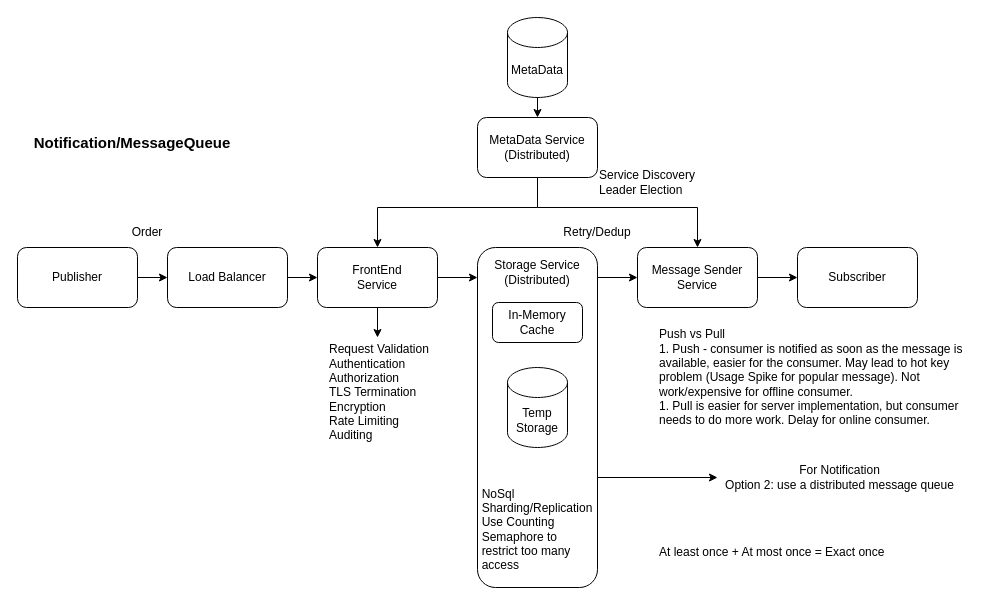
This is 1_Notification_MessageQ.drawio from xwq172677170/SysdDiagram, a draw.io file, before an edit. Source tidied: cells renumbered, new cells numbered last; positions are measured from the earlier drawing's top-left corner, leaving out a move shared by most shapes. Both pictures are drawn from the tidied source at 100%, with x=0, y=0 at pixel (17, 17).
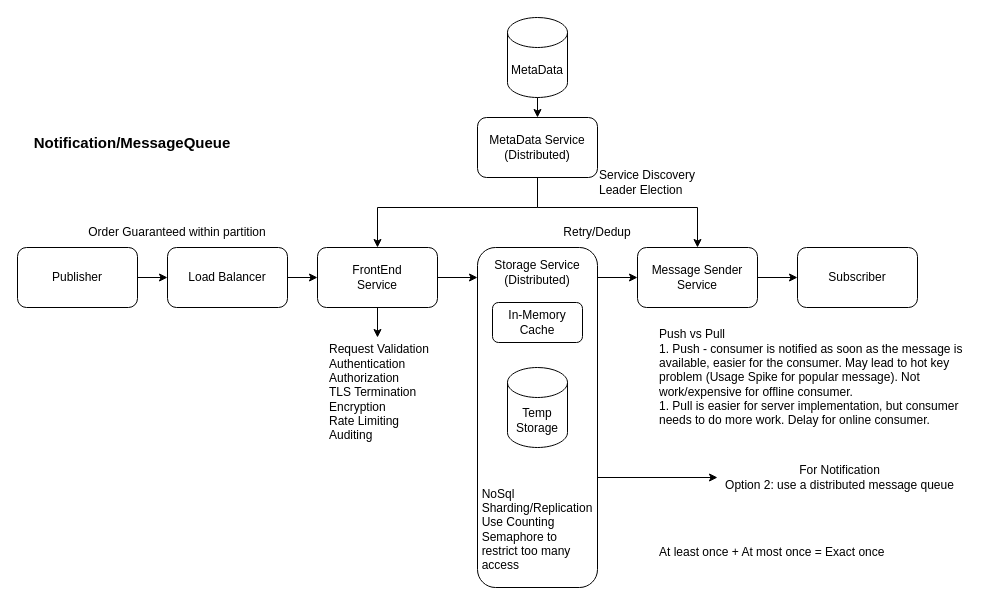
The same page after the edit.

Change to the diagram source:
```diff
@@
-    <mxCell id="19" value="Order" style="text;html=1;strokeColor=none;fillColor=none;align=center;verticalAlign=middle;whiteSpace=wrap;rounded=0;" parent="1" vertex="1">
-      <mxGeometry x="100" y="200" width="60" height="30" as="geometry" />
+    <mxCell id="19" value="Order Guaranteed within partition" style="text;html=1;strokeColor=none;fillColor=none;align=center;verticalAlign=middle;whiteSpace=wrap;rounded=0;" parent="1" vertex="1">
+      <mxGeometry x="40" y="200" width="240" height="30" as="geometry" />
     </mxCell>
```
